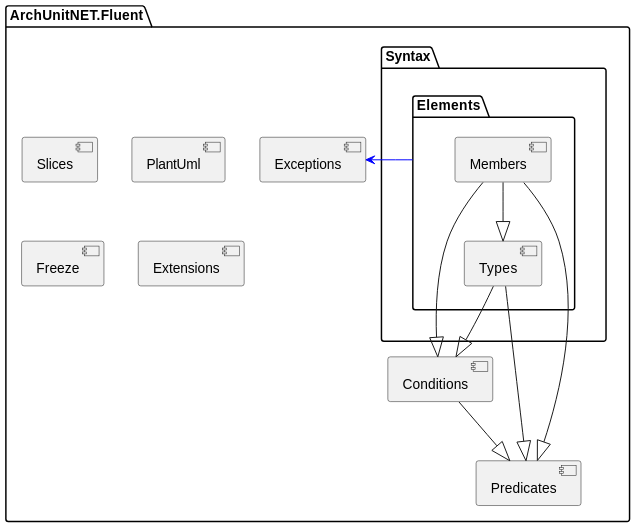
Above: documentation/docs/diagrams/archUnitNet_fluent_three.svg in TNG/ArchUnitNET (PlantUML), before the change.
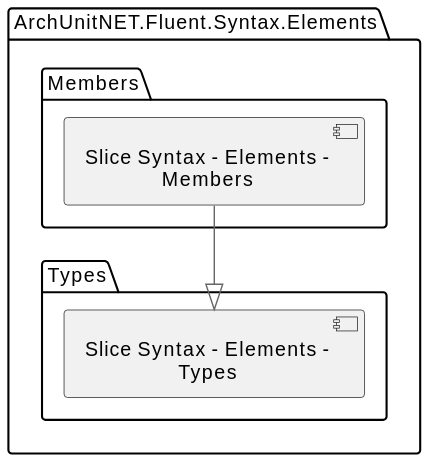
The same file after the commit.

Change to the diagram source:
```diff
@@ -1,53 +1,16 @@
 @startuml
-package ArchUnitNET.Fluent {
-package Syntax {
-package Elements {
-[Types] as ArchUnitNET.Fluent.Syntax.Elements.Types
-}
-}
+!include <C4/C4_Container>
+
+HIDE_STEREOTYPE()
+
+package "ArchUnitNET.Fluent.Syntax.Elements" as ArchUnitNET.Fluent.Syntax.Elements {
+  package "Types" as ArchUnitNET.Fluent.Syntax.Elements.Types {
+    [Slice Syntax - Elements - Types] as Slice_Syntax___Elements___Types
+  }
+  package "Members" as ArchUnitNET.Fluent.Syntax.Elements.Members {
+    [Slice Syntax - Elements - Members] as Slice_Syntax___Elements___Members
+  }
 }
 
-package ArchUnitNET.Fluent {
-package Syntax {
-package Elements {
-[Members] as ArchUnitNET.Fluent.Syntax.Elements.Members
-}
-}
-}
-
-package ArchUnitNET.Fluent {
-[Slices] as ArchUnitNET.Fluent.Slices
-}
-
-package ArchUnitNET.Fluent {
-[Predicates] as ArchUnitNET.Fluent.Predicates
-}
-
-package ArchUnitNET.Fluent {
-[PlantUml] as ArchUnitNET.Fluent.PlantUml
-}
-
-package ArchUnitNET.Fluent {
-[Freeze] as ArchUnitNET.Fluent.Freeze
-}
-
-package ArchUnitNET.Fluent {
-[Extensions] as ArchUnitNET.Fluent.Extensions
-}
-
-package ArchUnitNET.Fluent {
-[Exceptions] as ArchUnitNET.Fluent.Exceptions
-}
-
-package ArchUnitNET.Fluent {
-[Conditions] as ArchUnitNET.Fluent.Conditions
-}
-
-Elements -[#blue]> [ArchUnitNET.Fluent.Exceptions]
-[ArchUnitNET.Fluent.Syntax.Elements.Types] --|> [ArchUnitNET.Fluent.Predicates]
-[ArchUnitNET.Fluent.Syntax.Elements.Types] --|> [ArchUnitNET.Fluent.Conditions]
-[ArchUnitNET.Fluent.Syntax.Elements.Members] --|> [ArchUnitNET.Fluent.Syntax.Elements.Types]
-[ArchUnitNET.Fluent.Syntax.Elements.Members] --|> [ArchUnitNET.Fluent.Predicates]
-[ArchUnitNET.Fluent.Syntax.Elements.Members] --|> [ArchUnitNET.Fluent.Conditions]
-[ArchUnitNET.Fluent.Conditions] --|> [ArchUnitNET.Fluent.Predicates]
+[Slice_Syntax___Elements___Members] --|> [Slice_Syntax___Elements___Types]
 @enduml
```
